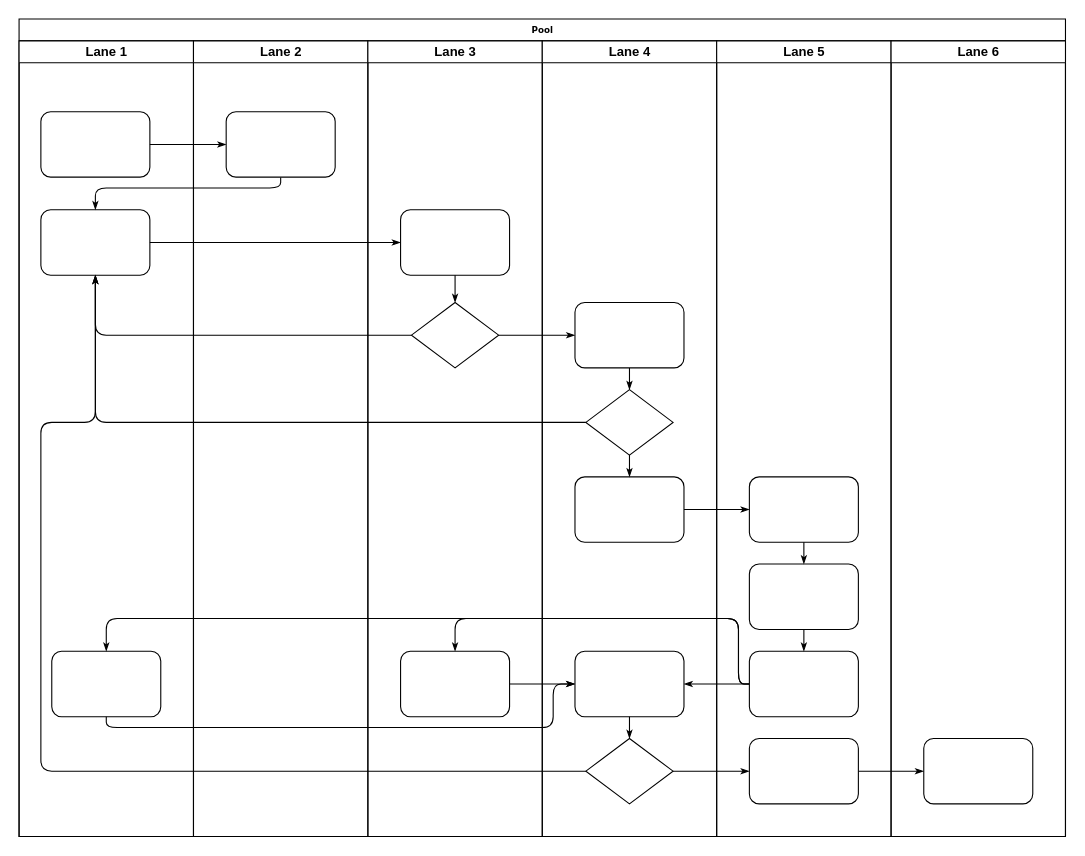
Above: 码农渔夫.drawio in metashops/blog (draw.io), before the change. Source tidied: cells renumbered, new cells numbered last; positions are measured from the earlier drawing's top-left corner, leaving out a move shared by most shapes. Both pictures are drawn from the tidied source at 109%, with x=0, y=0 at pixel (19, 19).
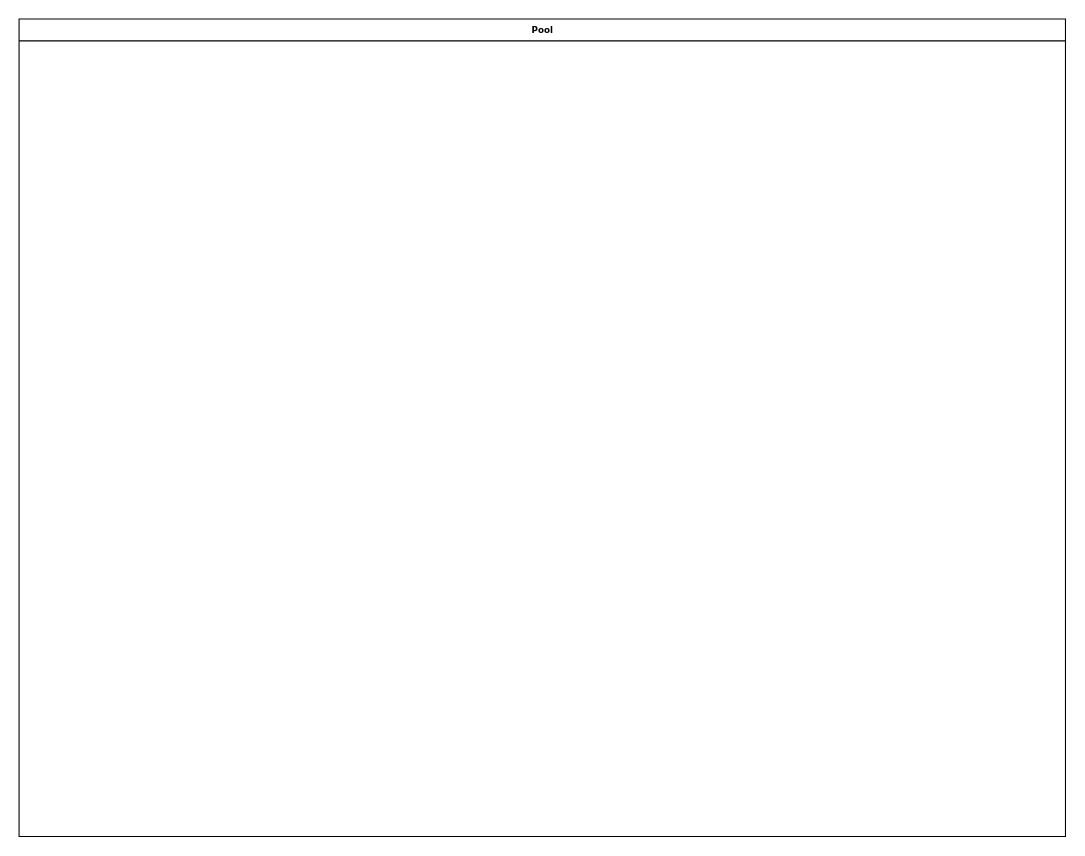
The same diagram, later.

Commit message (it also covers changes not shown here):
更新码农渔夫.drawio

Unchanged cells that the change refers to:
```xml
<mxCell id="2" value="Pool" style="swimlane;html=1;startSize=20;rounded=0;shadow=0;labelBackgroundColor=none;strokeWidth=1;fontFamily=Verdana;fontSize=8;align=center;" parent="1" vertex="1">
  <mxGeometry width="960" height="750" as="geometry" />
</mxCell>
```

Diff of the diagram source:
```diff
@@
-    <mxCell id="3" value="Lane 1" style="swimlane;html=1;startSize=20;" parent="2" vertex="1">
-      <mxGeometry y="20" width="160" height="730" as="geometry" />
-    </mxCell>
-    <mxCell id="4" style="rounded=1;whiteSpace=wrap;html=1;shadow=0;labelBackgroundColor=none;strokeWidth=1;fontFamily=Verdana;fontSize=8;align=center;" parent="3" vertex="1">
-      <mxGeometry x="20" y="65" width="100" height="60" as="geometry" />
-    </mxCell>
-    <mxCell id="5" style="rounded=1;whiteSpace=wrap;html=1;shadow=0;labelBackgroundColor=none;strokeWidth=1;fontFamily=Verdana;fontSize=8;align=center;" parent="3" vertex="1">
-      <mxGeometry x="20" y="155" width="100" height="60" as="geometry" />
-    </mxCell>
-    <mxCell id="6" style="rounded=1;whiteSpace=wrap;html=1;shadow=0;labelBackgroundColor=none;strokeWidth=1;fontFamily=Verdana;fontSize=8;align=center;" parent="3" vertex="1">
-      <mxGeometry x="30" y="560" width="100" height="60" as="geometry" />
-    </mxCell>
-    <mxCell id="7" style="edgeStyle=orthogonalEdgeStyle;rounded=1;html=1;labelBackgroundColor=none;startArrow=none;startFill=0;startSize=5;endArrow=classicThin;endFill=1;endSize=5;jettySize=auto;strokeWidth=1;fontFamily=Verdana;fontSize=8;" parent="2" edge="1" source="4" target="23">
-      <mxGeometry relative="1" as="geometry" />
-    </mxCell>
-    <mxCell id="8" style="edgeStyle=orthogonalEdgeStyle;rounded=1;html=1;labelBackgroundColor=none;startArrow=none;startFill=0;startSize=5;endArrow=classicThin;endFill=1;endSize=5;jettySize=auto;strokeWidth=1;fontFamily=Verdana;fontSize=8;" parent="2" edge="1" source="23" target="5">
-      <mxGeometry relative="1" as="geometry">
-        <Array as="points">
-          <mxPoint x="240" y="155" />
-          <mxPoint x="70" y="155" />
-        </Array>
-      </mxGeometry>
-    </mxCell>
-    <mxCell id="9" style="edgeStyle=orthogonalEdgeStyle;rounded=1;html=1;labelBackgroundColor=none;startArrow=none;startFill=0;startSize=5;endArrow=classicThin;endFill=1;endSize=5;jettySize=auto;strokeWidth=1;fontFamily=Verdana;fontSize=8;" parent="2" edge="1" source="5" target="25">
-      <mxGeometry relative="1" as="geometry" />
-    </mxCell>
-    <mxCell id="10" style="edgeStyle=orthogonalEdgeStyle;rounded=1;html=1;labelBackgroundColor=none;startArrow=none;startFill=0;startSize=5;endArrow=classicThin;endFill=1;endSize=5;jettySize=auto;strokeWidth=1;fontFamily=Verdana;fontSize=8;" parent="2" edge="1" source="26" target="5">
-      <mxGeometry relative="1" as="geometry" />
-    </mxCell>
-    <mxCell id="11" style="edgeStyle=orthogonalEdgeStyle;rounded=1;html=1;labelBackgroundColor=none;startArrow=none;startFill=0;startSize=5;endArrow=classicThin;endFill=1;endSize=5;jettySize=auto;strokeWidth=1;fontFamily=Verdana;fontSize=8;" parent="2" edge="1" source="31" target="5">
-      <mxGeometry relative="1" as="geometry" />
-    </mxCell>
-    <mxCell id="12" style="edgeStyle=orthogonalEdgeStyle;rounded=1;html=1;labelBackgroundColor=none;startArrow=none;startFill=0;startSize=5;endArrow=classicThin;endFill=1;endSize=5;jettySize=auto;strokeWidth=1;fontFamily=Verdana;fontSize=8;" parent="2" edge="1" source="34" target="5">
-      <mxGeometry relative="1" as="geometry">
-        <Array as="points">
-          <mxPoint x="20" y="690" />
-          <mxPoint x="20" y="370" />
-          <mxPoint x="70" y="370" />
-        </Array>
-      </mxGeometry>
-    </mxCell>
-    <mxCell id="13" style="edgeStyle=orthogonalEdgeStyle;rounded=1;html=1;labelBackgroundColor=none;startArrow=none;startFill=0;startSize=5;endArrow=classicThin;endFill=1;endSize=5;jettySize=auto;strokeWidth=1;fontFamily=Verdana;fontSize=8;" parent="2" edge="1" source="26" target="30">
-      <mxGeometry relative="1" as="geometry" />
-    </mxCell>
-    <mxCell id="14" style="edgeStyle=orthogonalEdgeStyle;rounded=1;html=1;labelBackgroundColor=none;startArrow=none;startFill=0;startSize=5;endArrow=classicThin;endFill=1;endSize=5;jettySize=auto;strokeWidth=1;fontFamily=Verdana;fontSize=8;" parent="2" edge="1" source="34" target="42">
-      <mxGeometry relative="1" as="geometry" />
-    </mxCell>
-    <mxCell id="15" style="edgeStyle=orthogonalEdgeStyle;rounded=1;html=1;labelBackgroundColor=none;startArrow=none;startFill=0;startSize=5;endArrow=classicThin;endFill=1;endSize=5;jettySize=auto;strokeWidth=1;fontFamily=Verdana;fontSize=8;" parent="2" edge="1" source="42" target="46">
-      <mxGeometry relative="1" as="geometry" />
-    </mxCell>
-    <mxCell id="16" style="edgeStyle=orthogonalEdgeStyle;rounded=1;html=1;labelBackgroundColor=none;startArrow=none;startFill=0;startSize=5;endArrow=classicThin;endFill=1;endSize=5;jettySize=auto;strokeWidth=1;fontFamily=Verdana;fontSize=8;" parent="2" edge="1" source="32" target="39">
-      <mxGeometry relative="1" as="geometry" />
-    </mxCell>
-    <mxCell id="17" style="edgeStyle=orthogonalEdgeStyle;rounded=1;html=1;labelBackgroundColor=none;startArrow=none;startFill=0;startSize=5;endArrow=classicThin;endFill=1;endSize=5;jettySize=auto;strokeWidth=1;fontFamily=Verdana;fontSize=8;" parent="2" edge="1" source="41" target="27">
-      <mxGeometry relative="1" as="geometry">
-        <Array as="points">
-          <mxPoint x="660" y="610" />
-          <mxPoint x="660" y="550" />
-          <mxPoint x="400" y="550" />
-        </Array>
-      </mxGeometry>
-    </mxCell>
-    <mxCell id="18" style="edgeStyle=orthogonalEdgeStyle;rounded=1;html=1;labelBackgroundColor=none;startArrow=none;startFill=0;startSize=5;endArrow=classicThin;endFill=1;endSize=5;jettySize=auto;strokeColor=#000000;strokeWidth=1;fontFamily=Verdana;fontSize=8;fontColor=#000000;" parent="2" edge="1" source="41" target="33">
-      <mxGeometry relative="1" as="geometry" />
-    </mxCell>
-    <mxCell id="19" style="edgeStyle=orthogonalEdgeStyle;rounded=1;html=1;labelBackgroundColor=none;startArrow=none;startFill=0;startSize=5;endArrow=classicThin;endFill=1;endSize=5;jettySize=auto;strokeWidth=1;fontFamily=Verdana;fontSize=8;" parent="2" edge="1" source="41" target="6">
-      <mxGeometry relative="1" as="geometry">
-        <Array as="points">
-          <mxPoint x="660" y="610" />
-          <mxPoint x="660" y="550" />
-          <mxPoint x="80" y="550" />
-        </Array>
-      </mxGeometry>
-    </mxCell>
-    <mxCell id="20" style="edgeStyle=orthogonalEdgeStyle;rounded=1;html=1;labelBackgroundColor=none;startArrow=none;startFill=0;startSize=5;endArrow=classicThin;endFill=1;endSize=5;jettySize=auto;strokeWidth=1;fontFamily=Verdana;fontSize=8;" parent="2" edge="1" source="6" target="33">
-      <mxGeometry relative="1" as="geometry">
-        <Array as="points">
-          <mxPoint x="80" y="650" />
-          <mxPoint x="490" y="650" />
-          <mxPoint x="490" y="610" />
-        </Array>
-      </mxGeometry>
-    </mxCell>
-    <mxCell id="21" style="edgeStyle=orthogonalEdgeStyle;rounded=1;html=1;labelBackgroundColor=none;startArrow=none;startFill=0;startSize=5;endArrow=classicThin;endFill=1;endSize=5;jettySize=auto;strokeWidth=1;fontFamily=Verdana;fontSize=8;" parent="2" edge="1" source="27" target="33">
-      <mxGeometry relative="1" as="geometry" />
-    </mxCell>
-    <mxCell id="22" value="Lane 2" style="swimlane;html=1;startSize=20;" parent="2" vertex="1">
-      <mxGeometry x="160" y="20" width="160" height="730" as="geometry" />
-    </mxCell>
-    <mxCell id="23" style="rounded=1;whiteSpace=wrap;html=1;shadow=0;labelBackgroundColor=none;strokeWidth=1;fontFamily=Verdana;fontSize=8;align=center;" parent="22" vertex="1">
-      <mxGeometry x="30" y="65" width="100" height="60" as="geometry" />
-    </mxCell>
-    <mxCell id="24" value="Lane 3" style="swimlane;html=1;startSize=20;" parent="2" vertex="1">
-      <mxGeometry x="320" y="20" width="160" height="730" as="geometry" />
-    </mxCell>
-    <mxCell id="25" style="rounded=1;whiteSpace=wrap;html=1;shadow=0;labelBackgroundColor=none;strokeWidth=1;fontFamily=Verdana;fontSize=8;align=center;" parent="24" vertex="1">
-      <mxGeometry x="30" y="155" width="100" height="60" as="geometry" />
-    </mxCell>
-    <mxCell id="26" style="rhombus;whiteSpace=wrap;html=1;rounded=0;shadow=0;labelBackgroundColor=none;strokeWidth=1;fontFamily=Verdana;fontSize=8;align=center;" parent="24" vertex="1">
-      <mxGeometry x="40" y="240" width="80" height="60" as="geometry" />
-    </mxCell>
-    <mxCell id="27" style="rounded=1;whiteSpace=wrap;html=1;shadow=0;labelBackgroundColor=none;strokeWidth=1;fontFamily=Verdana;fontSize=8;align=center;" parent="24" vertex="1">
-      <mxGeometry x="30" y="560" width="100" height="60" as="geometry" />
-    </mxCell>
-    <mxCell id="28" style="edgeStyle=orthogonalEdgeStyle;rounded=1;html=1;labelBackgroundColor=none;startArrow=none;startFill=0;startSize=5;endArrow=classicThin;endFill=1;endSize=5;jettySize=auto;strokeWidth=1;fontFamily=Verdana;fontSize=8;" parent="24" edge="1" source="25" target="26">
-      <mxGeometry relative="1" as="geometry" />
-    </mxCell>
-    <mxCell id="29" value="Lane 4" style="swimlane;html=1;startSize=20;" parent="2" vertex="1">
-      <mxGeometry x="480" y="20" width="160" height="730" as="geometry" />
-    </mxCell>
-    <mxCell id="30" style="rounded=1;whiteSpace=wrap;html=1;shadow=0;labelBackgroundColor=none;strokeWidth=1;fontFamily=Verdana;fontSize=8;align=center;" parent="29" vertex="1">
-      <mxGeometry x="30" y="240" width="100" height="60" as="geometry" />
-    </mxCell>
-    <mxCell id="31" style="rhombus;whiteSpace=wrap;html=1;rounded=0;shadow=0;labelBackgroundColor=none;strokeWidth=1;fontFamily=Verdana;fontSize=8;align=center;" parent="29" vertex="1">
-      <mxGeometry x="40" y="320" width="80" height="60" as="geometry" />
-    </mxCell>
-    <mxCell id="32" style="rounded=1;whiteSpace=wrap;html=1;shadow=0;labelBackgroundColor=none;strokeWidth=1;fontFamily=Verdana;fontSize=8;align=center;" parent="29" vertex="1">
-      <mxGeometry x="30" y="400" width="100" height="60" as="geometry" />
-    </mxCell>
-    <mxCell id="33" style="rounded=1;whiteSpace=wrap;html=1;shadow=0;labelBackgroundColor=none;strokeWidth=1;fontFamily=Verdana;fontSize=8;align=center;" parent="29" vertex="1">
-      <mxGeometry x="30" y="560" width="100" height="60" as="geometry" />
-    </mxCell>
-    <mxCell id="34" style="rhombus;whiteSpace=wrap;html=1;rounded=0;shadow=0;labelBackgroundColor=none;strokeWidth=1;fontFamily=Verdana;fontSize=8;align=center;" parent="29" vertex="1">
-      <mxGeometry x="40" y="640" width="80" height="60" as="geometry" />
-    </mxCell>
-    <mxCell id="35" style="edgeStyle=orthogonalEdgeStyle;rounded=1;html=1;labelBackgroundColor=none;startArrow=none;startFill=0;startSize=5;endArrow=classicThin;endFill=1;endSize=5;jettySize=auto;strokeColor=#000000;strokeWidth=1;fontFamily=Verdana;fontSize=8;fontColor=#000000;" parent="29" edge="1" source="30" target="31">
-      <mxGeometry relative="1" as="geometry" />
-    </mxCell>
-    <mxCell id="36" style="edgeStyle=orthogonalEdgeStyle;rounded=1;html=1;labelBackgroundColor=none;startArrow=none;startFill=0;startSize=5;endArrow=classicThin;endFill=1;endSize=5;jettySize=auto;strokeWidth=1;fontFamily=Verdana;fontSize=8;" parent="29" edge="1" source="31" target="32">
-      <mxGeometry relative="1" as="geometry" />
-    </mxCell>
-    <mxCell id="37" style="edgeStyle=orthogonalEdgeStyle;rounded=1;html=1;labelBackgroundColor=none;startArrow=none;startFill=0;startSize=5;endArrow=classicThin;endFill=1;endSize=5;jettySize=auto;strokeWidth=1;fontFamily=Verdana;fontSize=8;" parent="29" edge="1" source="33" target="34">
-      <mxGeometry relative="1" as="geometry" />
-    </mxCell>
-    <mxCell id="38" value="Lane 5" style="swimlane;html=1;startSize=20;" parent="2" vertex="1">
-      <mxGeometry x="640" y="20" width="160" height="730" as="geometry" />
-    </mxCell>
-    <mxCell id="39" style="rounded=1;whiteSpace=wrap;html=1;shadow=0;labelBackgroundColor=none;strokeWidth=1;fontFamily=Verdana;fontSize=8;align=center;" parent="38" vertex="1">
-      <mxGeometry x="30" y="400" width="100" height="60" as="geometry" />
-    </mxCell>
-    <mxCell id="40" style="rounded=1;whiteSpace=wrap;html=1;shadow=0;labelBackgroundColor=none;strokeWidth=1;fontFamily=Verdana;fontSize=8;align=center;" parent="38" vertex="1">
-      <mxGeometry x="30" y="480" width="100" height="60" as="geometry" />
-    </mxCell>
-    <mxCell id="41" style="rounded=1;whiteSpace=wrap;html=1;shadow=0;labelBackgroundColor=none;strokeWidth=1;fontFamily=Verdana;fontSize=8;align=center;" parent="38" vertex="1">
-      <mxGeometry x="30" y="560" width="100" height="60" as="geometry" />
-    </mxCell>
-    <mxCell id="42" style="rounded=1;whiteSpace=wrap;html=1;shadow=0;labelBackgroundColor=none;strokeWidth=1;fontFamily=Verdana;fontSize=8;align=center;" parent="38" vertex="1">
-      <mxGeometry x="30" y="640" width="100" height="60" as="geometry" />
-    </mxCell>
-    <mxCell id="43" style="edgeStyle=orthogonalEdgeStyle;rounded=1;html=1;labelBackgroundColor=none;startArrow=none;startFill=0;startSize=5;endArrow=classicThin;endFill=1;endSize=5;jettySize=auto;strokeWidth=1;fontFamily=Verdana;fontSize=8;" parent="38" edge="1" source="39" target="40">
-      <mxGeometry relative="1" as="geometry" />
-    </mxCell>
-    <mxCell id="44" style="edgeStyle=orthogonalEdgeStyle;rounded=1;html=1;labelBackgroundColor=none;startArrow=none;startFill=0;startSize=5;endArrow=classicThin;endFill=1;endSize=5;jettySize=auto;strokeWidth=1;fontFamily=Verdana;fontSize=8;" parent="38" edge="1" source="40" target="41">
-      <mxGeometry relative="1" as="geometry" />
-    </mxCell>
-    <mxCell id="45" value="Lane 6" style="swimlane;html=1;startSize=20;" parent="2" vertex="1">
-      <mxGeometry x="800" y="20" width="160" height="730" as="geometry" />
-    </mxCell>
-    <mxCell id="46" style="rounded=1;whiteSpace=wrap;html=1;shadow=0;labelBackgroundColor=none;strokeWidth=1;fontFamily=Verdana;fontSize=8;align=center;" parent="45" vertex="1">
-      <mxGeometry x="30" y="640" width="100" height="60" as="geometry" />
-    </mxCell>
```
